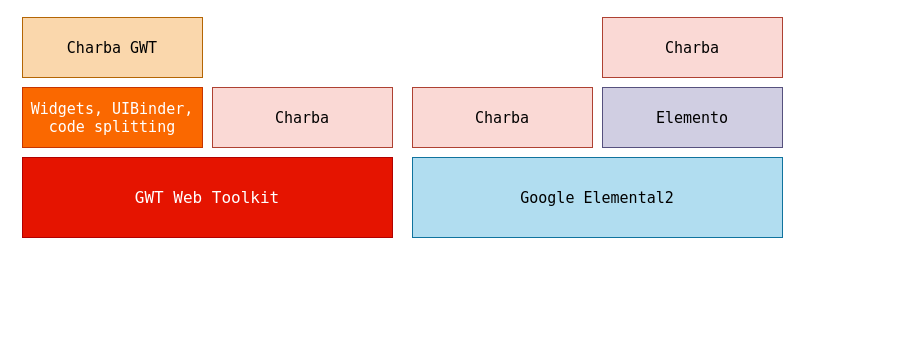
This is diagram/charbaDiagram.drawio from pepstock-org/Charba-Wiki, a draw.io file, before an edit. Source tidied: cells renumbered, new cells numbered last; positions are measured from the earlier drawing's top-left corner, leaving out a move shared by most shapes. Both pictures are drawn from the tidied source at 100%, with x=0, y=0 at pixel (22, 17).
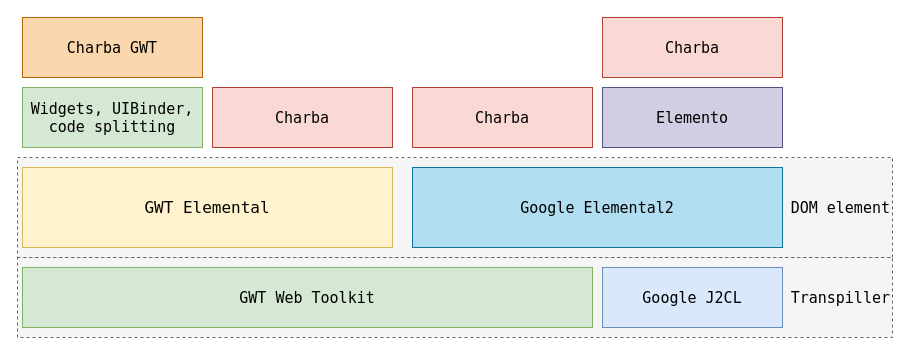
Above is the later version.

Change to the diagram source:
```diff
@@
 <mxGraphModel>
   <root>
     <mxCell id="0" />
     <mxCell id="1" parent="0" />
+    <mxCell id="10" value="&lt;div style=&quot;text-align: justify;&quot;&gt;&lt;font color=&quot;#000000&quot;&gt;DOM&amp;nbsp;&lt;/font&gt;&lt;span style=&quot;color: rgb(0, 0, 0); background-color: initial;&quot;&gt;element&lt;/span&gt;&lt;/div&gt;" style="rounded=0;whiteSpace=wrap;html=1;fontFamily=Lucida Console;fontSize=15;fillColor=#f5f5f5;strokeColor=#666666;fontColor=#333333;align=right;dashed=1;" parent="1" vertex="1">
+      <mxGeometry x="-5" y="140" width="875" height="100" as="geometry" />
+    </mxCell>
+    <mxCell id="11" value="&lt;div style=&quot;text-align: justify;&quot;&gt;&lt;font color=&quot;#000000&quot;&gt;Transpiller&lt;/font&gt;&lt;/div&gt;" style="rounded=0;whiteSpace=wrap;html=1;fontFamily=Lucida Console;fontSize=15;fillColor=#f5f5f5;strokeColor=#666666;fontColor=#333333;align=right;dashed=1;" parent="1" vertex="1">
+      <mxGeometry x="-5" y="240" width="875" height="80" as="geometry" />
+    </mxCell>
-    <mxCell id="2" value="GWT Web Toolkit" style="rounded=0;whiteSpace=wrap;html=1;fillColor=#e51400;strokeColor=#B20000;fontColor=#ffffff;fontFamily=Lucida Console;fontSize=16;" parent="1" vertex="1">
-      <mxGeometry y="140" width="370" height="80" as="geometry" />
+    <mxCell id="2" value="GWT Elemental" style="rounded=0;whiteSpace=wrap;html=1;fillColor=#fff2cc;strokeColor=#d6b656;fontFamily=Lucida Console;fontSize=16;" parent="1" vertex="1">
+      <mxGeometry y="150" width="370" height="80" as="geometry" />
     </mxCell>
     <mxCell id="3" value="Google Elemental2" style="rounded=0;whiteSpace=wrap;html=1;fillColor=#b1ddf0;strokeColor=#10739e;fontFamily=Lucida Console;fontSize=15;" parent="1" vertex="1">
-      <mxGeometry x="390" y="140" width="370" height="80" as="geometry" />
+      <mxGeometry x="390" y="150" width="370" height="80" as="geometry" />
     </mxCell>
-    <mxCell id="4" value="Widgets, UIBinder, code splitting" style="rounded=0;whiteSpace=wrap;html=1;fontFamily=Lucida Console;fontSize=15;fillColor=#fa6800;strokeColor=#C73500;fontColor=#ffffff;" parent="1" vertex="1">
+    <mxCell id="4" value="Widgets, UIBinder, code splitting" style="rounded=0;whiteSpace=wrap;html=1;fontFamily=Lucida Console;fontSize=15;fillColor=#d5e8d4;strokeColor=#82b366;" parent="1" vertex="1">
       <mxGeometry y="70" width="180" height="60" as="geometry" />
     </mxCell>
     <mxCell id="5" value="Charba" style="rounded=0;whiteSpace=wrap;html=1;fontFamily=Lucida Console;fontSize=15;fillColor=#fad9d5;strokeColor=#ae4132;" parent="1" vertex="1">
       <mxGeometry x="190" y="70" width="180" height="60" as="geometry" />
     </mxCell>
     <mxCell id="6" value="Charba GWT" style="rounded=0;whiteSpace=wrap;html=1;fontFamily=Lucida Console;fontSize=15;fillColor=#fad7ac;strokeColor=#b46504;" parent="1" vertex="1">
       <mxGeometry width="180" height="60" as="geometry" />
     </mxCell>
     <mxCell id="7" value="Charba" style="rounded=0;whiteSpace=wrap;html=1;fontFamily=Lucida Console;fontSize=15;fillColor=#fad9d5;strokeColor=#ae4132;" parent="1" vertex="1">
       <mxGeometry x="390" y="70" width="180" height="60" as="geometry" />
     </mxCell>
     <mxCell id="8" value="Elemento" style="rounded=0;whiteSpace=wrap;html=1;fontFamily=Lucida Console;fontSize=15;fillColor=#d0cee2;strokeColor=#56517e;" parent="1" vertex="1">
       <mxGeometry x="580" y="70" width="180" height="60" as="geometry" />
     </mxCell>
     <mxCell id="9" value="Charba" style="rounded=0;whiteSpace=wrap;html=1;fontFamily=Lucida Console;fontSize=15;fillColor=#fad9d5;strokeColor=#ae4132;" parent="1" vertex="1">
       <mxGeometry x="580" width="180" height="60" as="geometry" />
     </mxCell>
+    <mxCell id="12" value="Google J2CL" style="rounded=0;whiteSpace=wrap;html=1;fontFamily=Lucida Console;fontSize=15;fillColor=#dae8fc;strokeColor=#6c8ebf;" parent="1" vertex="1">
+      <mxGeometry x="580" y="250" width="180" height="60" as="geometry" />
+    </mxCell>
+    <mxCell id="13" value="GWT Web Toolkit" style="rounded=0;whiteSpace=wrap;html=1;fontFamily=Lucida Console;fontSize=15;fillColor=#d5e8d4;strokeColor=#82b366;" parent="1" vertex="1">
+      <mxGeometry y="250" width="570" height="60" as="geometry" />
+    </mxCell>
   </root>
 </mxGraphModel>
```
